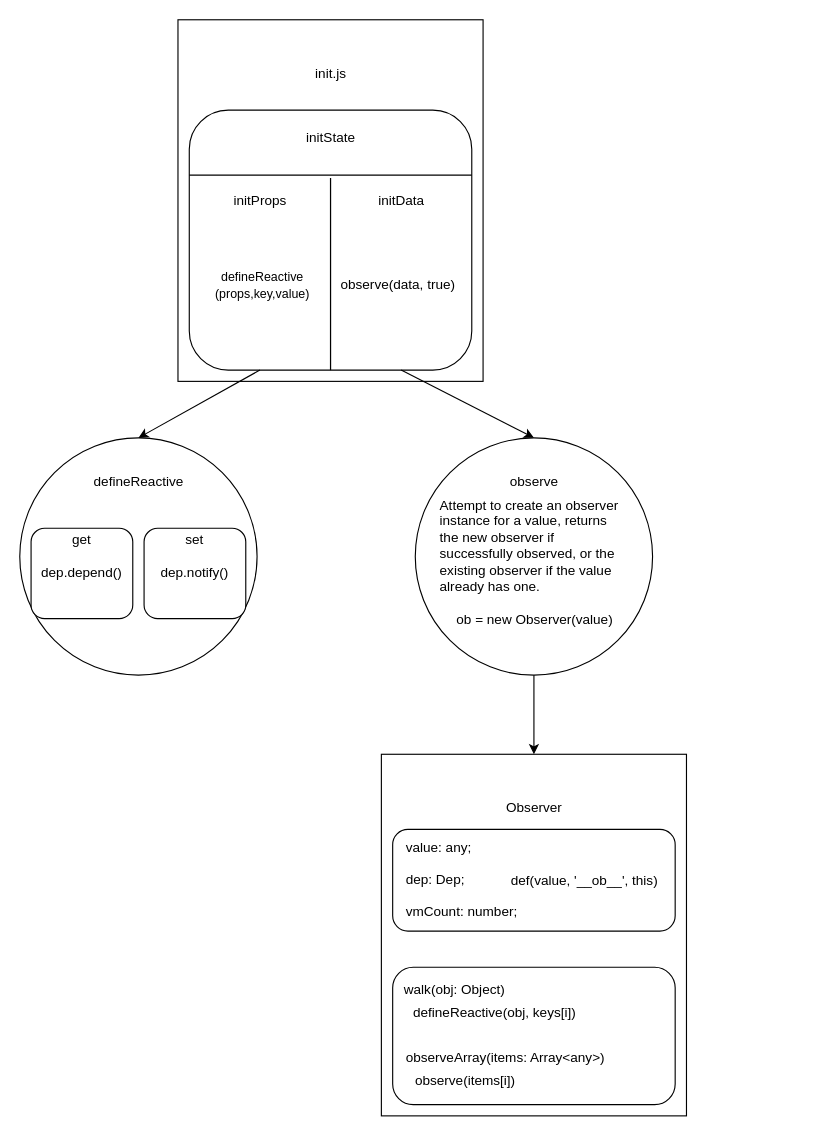
The draw.io diagram Untitled Diagram.drawio in asemono/noteBook, before the edit. Source tidied: cells renumbered, new cells numbered last; positions are measured from the earlier drawing's top-left corner, leaving out a move shared by most shapes. Both pictures are drawn from the tidied source at 113%, with x=0, y=0 at pixel (19, 19).
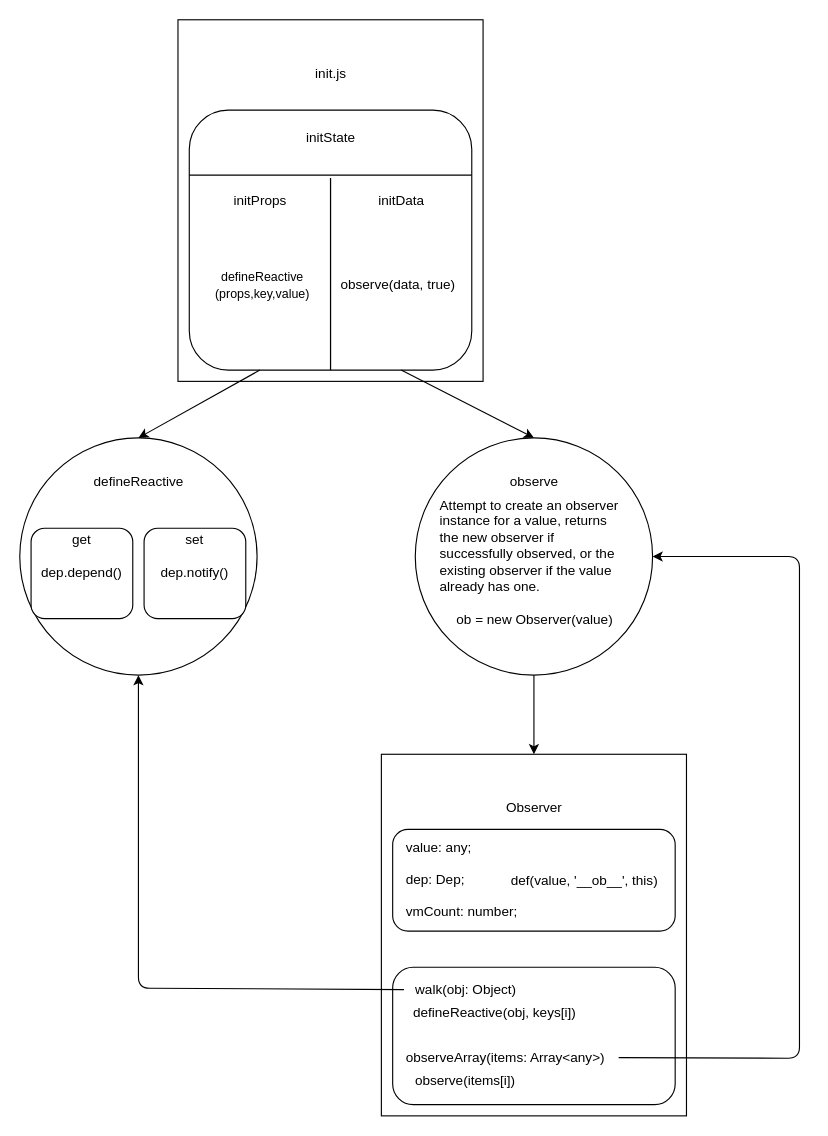
Above is the later version.

Unchanged cells that the change refers to:
```xml
<mxCell id="17" style="ellipse;whiteSpace=wrap;html=1;" parent="16" vertex="1">
  <mxGeometry width="210" height="210" as="geometry" />
</mxCell>
<mxCell id="21" style="ellipse;whiteSpace=wrap;html=1;" parent="20" vertex="1">
  <mxGeometry width="210" height="210" as="geometry" />
</mxCell>
<mxCell id="38" value="observeArray(items: Array&amp;lt;any&amp;gt;)" style="text;html=1;strokeColor=none;fillColor=none;align=center;verticalAlign=middle;whiteSpace=wrap;rounded=0;" parent="1" vertex="1">
  <mxGeometry x="330" y="908.5" width="200" height="20" as="geometry" />
</mxCell>
```

Change to the diagram source:
```diff
@@
     <mxCell id="36" value="walk(obj: Object)" style="text;html=1;strokeColor=none;fillColor=none;align=center;verticalAlign=middle;whiteSpace=wrap;rounded=0;" parent="1" vertex="1">
-      <mxGeometry x="320" y="848.5" width="130" height="20" as="geometry" />
+      <mxGeometry x="340" y="848.5" width="110" height="20" as="geometry" />
     </mxCell>
@@
+    <mxCell id="42" style="endArrow=classic;html=1;entryX=0.5;entryY=1;entryDx=0;entryDy=0;" parent="1" edge="1" source="36" target="21">
+      <mxGeometry relative="1" as="geometry">
+        <Array as="points">
+          <mxPoint x="105" y="857" />
+        </Array>
+      </mxGeometry>
+    </mxCell>
+    <mxCell id="43" style="endArrow=classic;html=1;exitX=1;exitY=0.5;exitDx=0;exitDy=0;entryX=1;entryY=0.5;entryDx=0;entryDy=0;" parent="1" edge="1" source="38" target="17">
+      <mxGeometry relative="1" as="geometry">
+        <Array as="points">
+          <mxPoint x="690" y="919" />
+          <mxPoint x="690" y="475" />
+        </Array>
+      </mxGeometry>
+    </mxCell>
```
